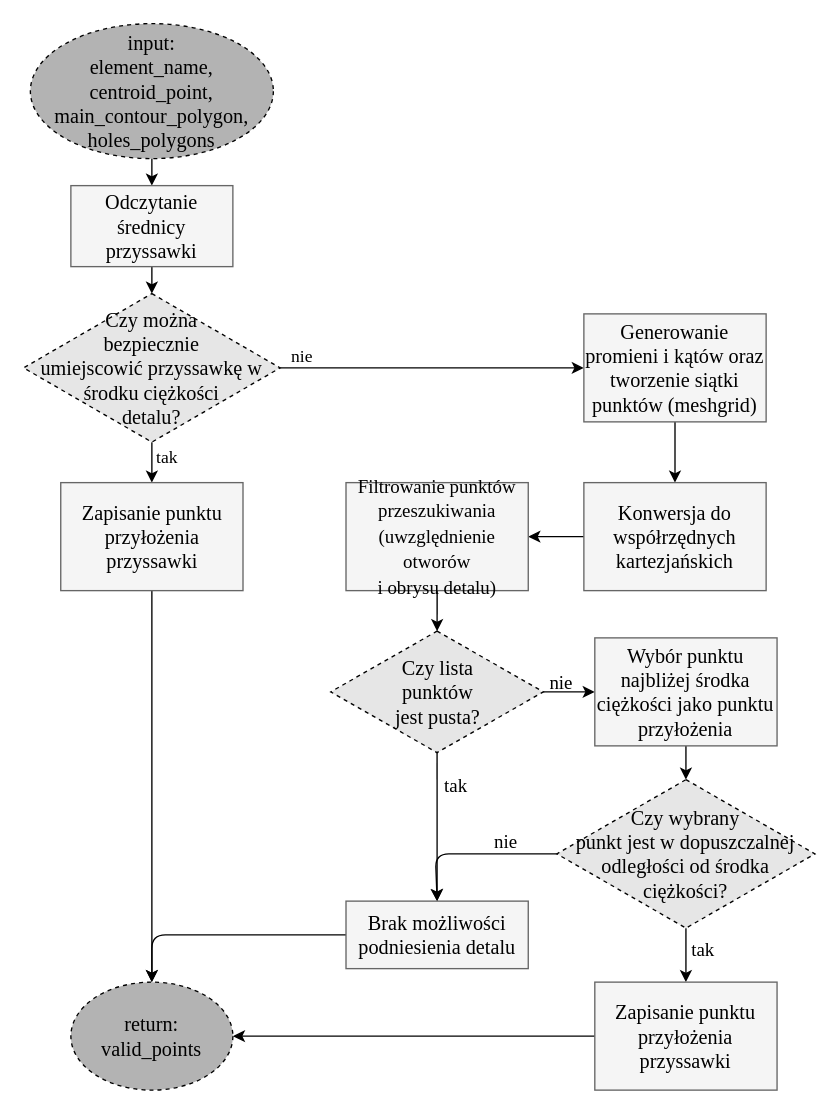
Earlier version of the draw.io diagram Drawio/main_siatka.drawio (R3K77/Praca-inzynierska---sortowanie-elementow-wycinanych-laserowo). Source tidied: cells renumbered, new cells numbered last; positions are measured from the earlier drawing's top-left corner, leaving out a move shared by most shapes. Both pictures are drawn from the tidied source at 135%, with x=0, y=0 at pixel (23, 23).
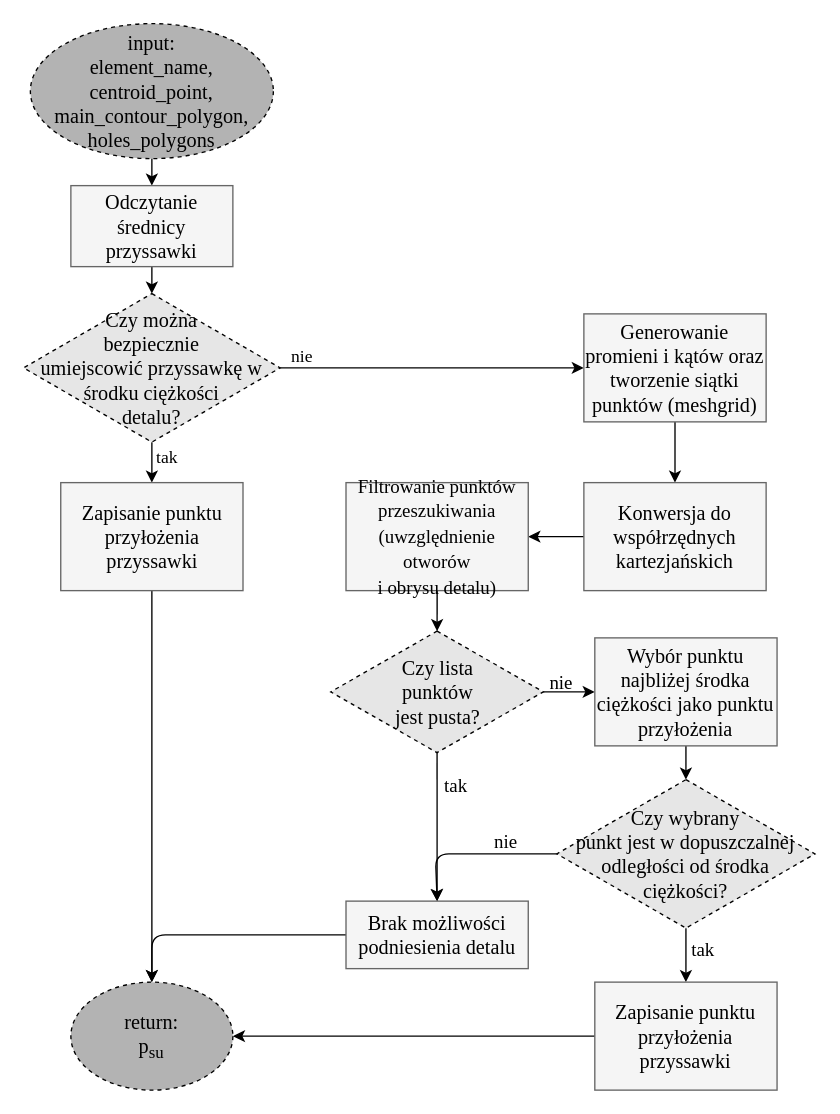
The same diagram, later.

Diff of the diagram source:
```diff
@@
-    <mxCell id="3" value="return:&lt;br&gt;valid_points" style="ellipse;whiteSpace=wrap;html=1;fillColor=#B3B3B3;fontColor=#000000;strokeColor=#000000;fontFamily=Garamond;fontSize=15;dashed=1;" parent="1" vertex="1">
+    <mxCell id="3" value="return:&lt;br&gt;p&lt;sub&gt;su&lt;/sub&gt;" style="ellipse;whiteSpace=wrap;html=1;fillColor=#B3B3B3;fontColor=#000000;strokeColor=#000000;fontFamily=Garamond;fontSize=15;dashed=1;" parent="1" vertex="1">
       <mxGeometry x="35" y="710" width="120" height="80" as="geometry" />
     </mxCell>
```
